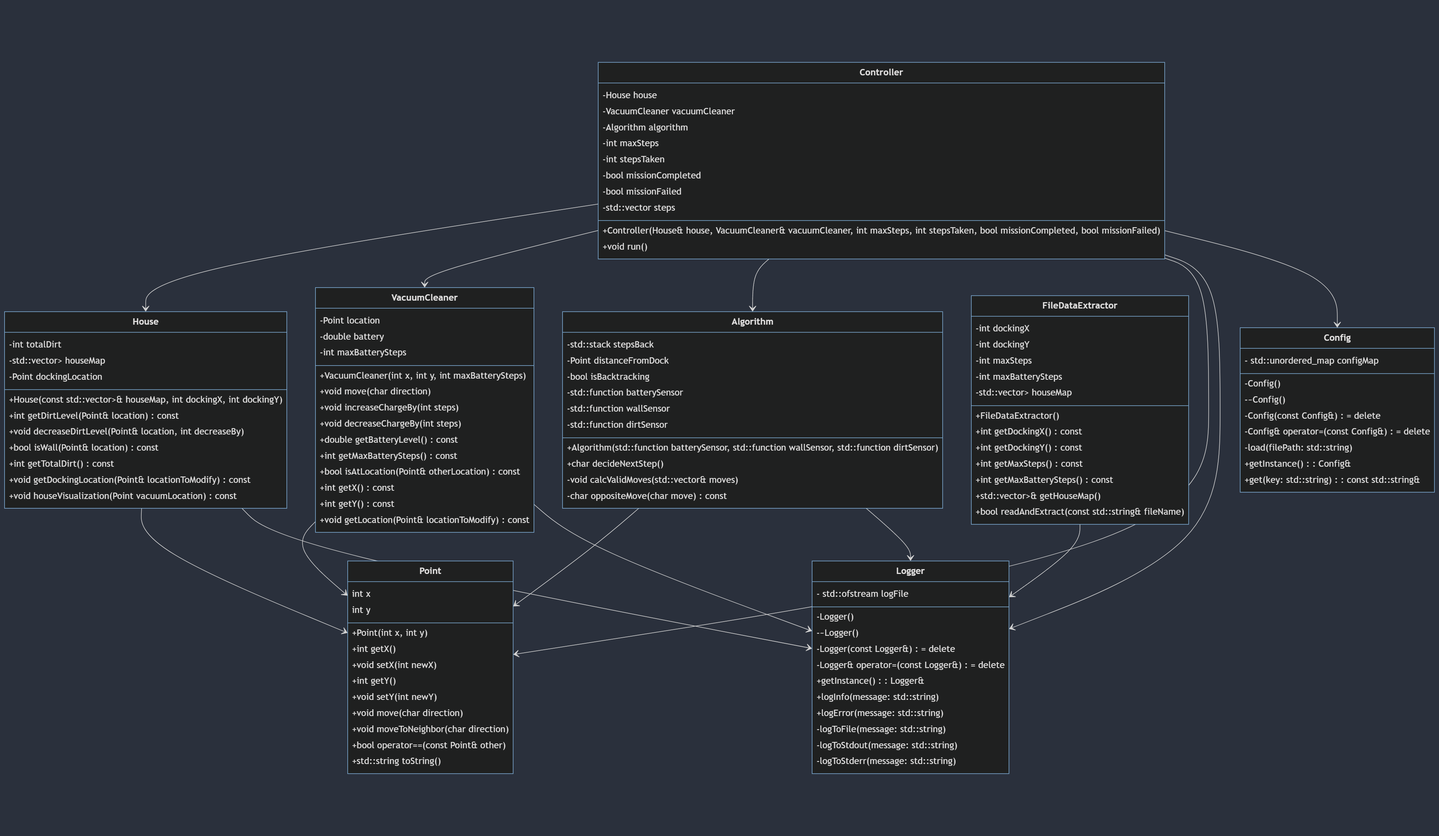
The Mermaid diagram mermaid/classDiagram.png in AmitRockBear/Advanced_Topics_In_Programming_hw1, before a commit. Its source is kept beside it as mermaid/classDiagram.mmd.
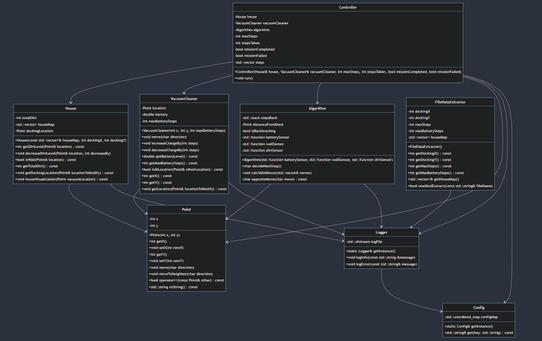
Later version of the same file.

What changed in the source:
```diff
@@ -13,8 +13,8 @@
     }
 
     class Point {
-        int x
-        int y
+        -int x
+        -int y
         +Point(int x, int y)
         +int getX()
         +void setX(int newX)
@@ -22,8 +22,8 @@
         +void setY(int newY)
         +void move(char direction)
         +void moveToNeighbor(char direction)
-        +bool operator==(const Point& other)
-        +std::string toString()
+        +bool operator==(const Point& other) const
+        +std::string toString() const
     }
 
     class VacuumCleaner {
@@ -84,28 +84,16 @@
     }
 
     class Logger {
-        - std::ofstream logFile
-        - Logger()
-        - ~Logger()
-        - Logger(const Logger&) = delete
-        - Logger& operator=(const Logger&) = delete
-        + getInstance(): Logger&
-        + logInfo(message: std::string)
-        + logError(message: std::string)
-        - logToFile(message: std::string)
-        - logToStdout(message: std::string)
-        - logToStderr(message: std::string)
+        -std::ofstream logFile
+        +static Logger& getInstance()
+        +void logInfo(const std::string &message)
+        +void logError(const std::string& message)
     }
 
     class Config {
-        - std::unordered_map<std::string, std::string> configMap
-        - Config()
-        - ~Config()
-        - Config(const Config&) = delete
-        - Config& operator=(const Config&) = delete
-        - load(filePath: std::string)
-        + getInstance(): Config&
-        + get(key: std::string): const std::string&
+        -std::unordered_map<std::string, std::string> configMap
+        +static Config& getInstance()
+        +std::string& get(key: std::string) const
     }
 
     Algorithm --> Point
@@ -121,3 +109,4 @@
     House --> Logger
     VacuumCleaner --> Point
     VacuumCleaner --> Logger
+    Logger --> Config
```
